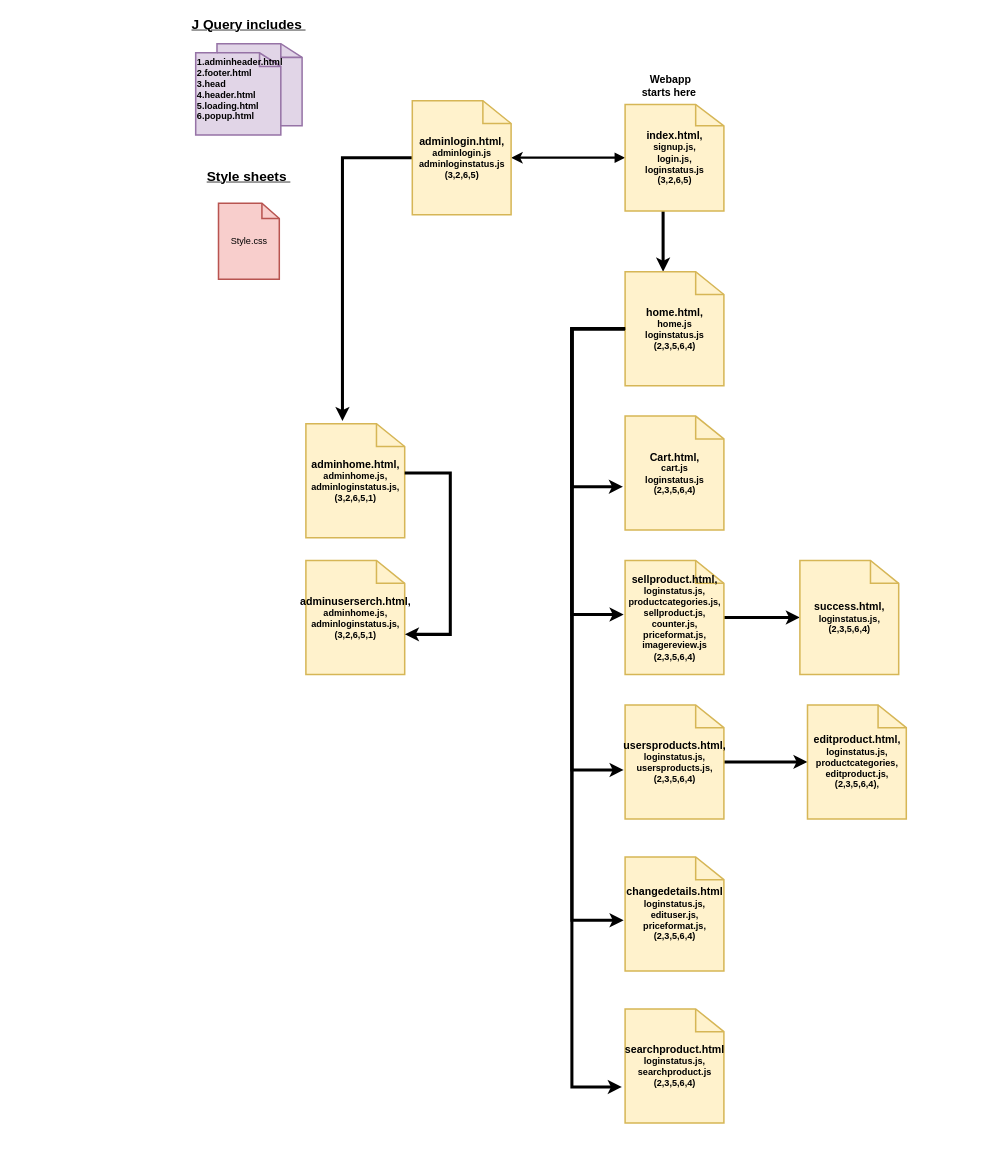
Earlier version of the draw.io diagram Structure dirgram/Web-Structure.drawio (LilieStead/Grimsby-and-Clee-Sells). Source tidied: cells renumbered, new cells numbered last; positions are measured from the earlier drawing's top-left corner, leaving out a move shared by most shapes. Both pictures are drawn from the tidied source at 76%, with x=0, y=0 at pixel (184, 13).
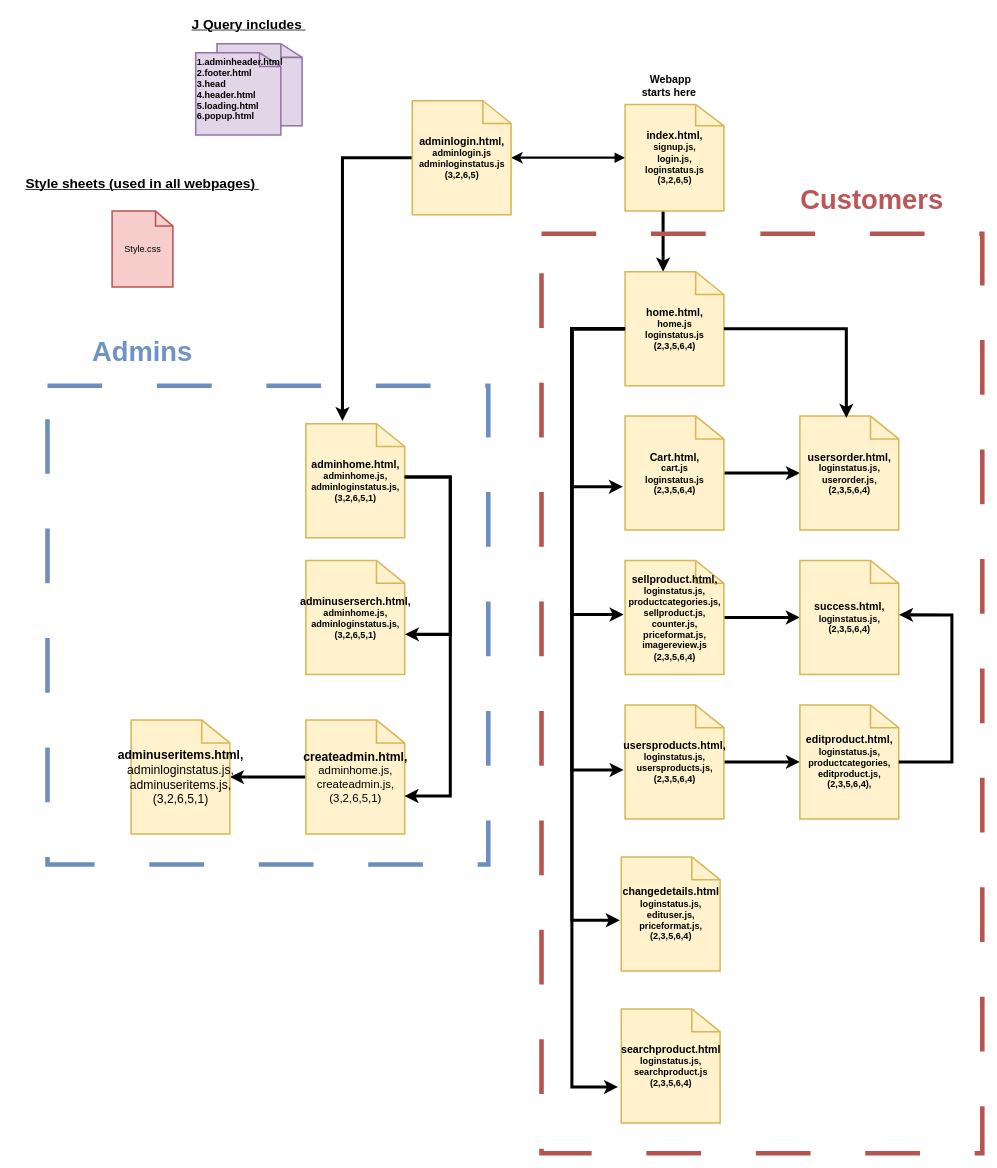
The same page after the edit.

The change refers to these unchanged cells:
```xml
<mxCell id="13" value="&lt;b style=&quot;&quot;&gt;&lt;font style=&quot;font-size: 14px;&quot;&gt;home.html&lt;/font&gt;&lt;span style=&quot;font-size: 14px;&quot;&gt;,&lt;/span&gt;&lt;br&gt;&lt;span style=&quot;&quot;&gt;home.js&lt;/span&gt;&lt;br&gt;&lt;span style=&quot;&quot;&gt;loginstatus.js&lt;/span&gt;&lt;br&gt;&lt;span style=&quot;&quot;&gt;(2,3,5,6,4)&lt;/span&gt;&lt;br&gt;&lt;/b&gt;" style="html=1;verticalLabelPosition=middle;align=center;labelBackgroundColor=none;verticalAlign=middle;strokeWidth=2;strokeColor=#d6b656;shadow=0;dashed=0;shape=mxgraph.ios7.icons.document;fillColor=#fff2cc;labelPosition=center;" parent="1" vertex="1">
  <mxGeometry x="580" y="340" width="130" height="150" as="geometry" />
</mxCell>
<mxCell id="14" value="&lt;b&gt;&lt;font style=&quot;font-size: 14px;&quot;&gt;Cart.html,&lt;/font&gt;&lt;br&gt;cart.js&lt;br&gt;&lt;/b&gt;&lt;b style=&quot;border-color: var(--border-color);&quot;&gt;loginstatus.js&lt;/b&gt;&lt;b&gt;&lt;br&gt;(2,3,5,6,4)&lt;br&gt;&lt;/b&gt;" style="html=1;verticalLabelPosition=middle;align=center;labelBackgroundColor=none;verticalAlign=middle;strokeWidth=2;strokeColor=#d6b656;shadow=0;dashed=0;shape=mxgraph.ios7.icons.document;fillColor=#fff2cc;labelPosition=center;" parent="1" vertex="1">
  <mxGeometry x="580" y="530" width="130" height="150" as="geometry" />
</mxCell>
<mxCell id="25" value="&lt;b&gt;&lt;font style=&quot;font-size: 14px;&quot;&gt;success.html,&lt;/font&gt;&lt;br&gt;loginstatus.js,&lt;br&gt;(2,3,5,6,4)&lt;/b&gt;" style="html=1;verticalLabelPosition=middle;align=center;labelBackgroundColor=none;verticalAlign=middle;strokeWidth=2;strokeColor=#d6b656;shadow=0;dashed=0;shape=mxgraph.ios7.icons.document;fillColor=#fff2cc;labelPosition=center;" parent="1" vertex="1">
  <mxGeometry x="810" y="720" width="130" height="150" as="geometry" />
</mxCell>
```

Change to the diagram source:
```diff
@@
-    <mxCell id="7" value="&lt;font style=&quot;font-size: 18px;&quot;&gt;&lt;b&gt;Style sheets&amp;nbsp;&lt;/b&gt;&lt;/font&gt;" style="text;html=1;strokeColor=none;fillColor=none;align=center;verticalAlign=middle;whiteSpace=wrap;rounded=0;fontStyle=4;" parent="1" vertex="1">
-      <mxGeometry x="5" y="200" width="160" height="30" as="geometry" />
+    <mxCell id="7" value="&lt;font style=&quot;font-size: 18px;&quot;&gt;&lt;b&gt;Style sheets (used in all webpages)&amp;nbsp;&lt;/b&gt;&lt;/font&gt;" style="text;html=1;strokeColor=none;fillColor=none;align=center;verticalAlign=middle;whiteSpace=wrap;rounded=0;fontStyle=4;" parent="1" vertex="1">
+      <mxGeometry x="-225" y="210" width="340" height="30" as="geometry" />
     </mxCell>
@@
     <mxCell id="10" value="Style.css" style="html=1;verticalLabelPosition=middle;align=center;labelBackgroundColor=none;verticalAlign=middle;strokeWidth=2;strokeColor=#b85450;shadow=0;dashed=0;shape=mxgraph.ios7.icons.document;labelPosition=center;fillColor=#f8cecc;" parent="1" vertex="1">
-      <mxGeometry x="45" y="250" width="80" height="100" as="geometry" />
+      <mxGeometry x="-95" y="260" width="80" height="100" as="geometry" />
     </mxCell>
@@
+    <mxCell id="30" style="edgeStyle=orthogonalEdgeStyle;shape=connector;rounded=0;jettySize=auto;html=1;labelBackgroundColor=default;strokeColor=default;strokeWidth=4;align=center;verticalAlign=middle;fontFamily=Helvetica;fontSize=11;fontColor=default;endArrow=classic;" parent="1" edge="1" source="14" target="34">
+      <mxGeometry relative="1" as="geometry" />
+    </mxCell>
@@
     <mxCell id="21" value="&lt;div&gt;&lt;b&gt;&lt;font style=&quot;font-size: 14px;&quot;&gt;changedetails.html&lt;/font&gt;&lt;/b&gt;&lt;/div&gt;&lt;div&gt;&lt;b&gt;loginstatus.js,&lt;br&gt;&lt;/b&gt;&lt;/div&gt;&lt;div&gt;&lt;b&gt;edituser.js,&lt;br&gt;&lt;/b&gt;&lt;/div&gt;&lt;div&gt;&lt;b&gt;priceformat.js,&lt;br&gt;&lt;/b&gt;&lt;/div&gt;&lt;div&gt;&lt;b style=&quot;border-color: var(--border-color);&quot;&gt;(2,3,5,6,4)&lt;/b&gt;&lt;br&gt;&lt;/div&gt;" style="html=1;verticalLabelPosition=middle;align=center;labelBackgroundColor=none;verticalAlign=middle;strokeWidth=2;strokeColor=#d6b656;shadow=0;dashed=0;shape=mxgraph.ios7.icons.document;fillColor=#fff2cc;labelPosition=center;" parent="1" vertex="1">
-      <mxGeometry x="580" y="1110" width="130" height="150" as="geometry" />
+      <mxGeometry x="575" y="1110" width="130" height="150" as="geometry" />
     </mxCell>
@@
     <mxCell id="23" value="&lt;b&gt;&lt;font style=&quot;font-size: 14px;&quot;&gt;searchproduct.html&lt;/font&gt;&lt;br&gt;&lt;/b&gt;&lt;div&gt;&lt;b&gt;loginstatus.js,&lt;br&gt;&lt;/b&gt;&lt;/div&gt;&lt;div&gt;&lt;b&gt;searchproduct.js&lt;/b&gt;&lt;br&gt;&lt;/div&gt;&lt;div&gt;&lt;b style=&quot;border-color: var(--border-color);&quot;&gt;(2,3,5,6,4)&lt;/b&gt;&lt;br&gt;&lt;/div&gt;" style="html=1;verticalLabelPosition=middle;align=center;labelBackgroundColor=none;verticalAlign=middle;strokeWidth=2;strokeColor=#d6b656;shadow=0;dashed=0;shape=mxgraph.ios7.icons.document;fillColor=#fff2cc;labelPosition=center;" parent="1" vertex="1">
-      <mxGeometry x="580" y="1310" width="130" height="150" as="geometry" />
+      <mxGeometry x="575" y="1310" width="130" height="150" as="geometry" />
     </mxCell>
@@
     <mxCell id="26" value="&lt;b&gt;&lt;font style=&quot;font-size: 14px;&quot;&gt;editproduct.html,&lt;/font&gt;&lt;br&gt;loginstatus.js,&lt;br&gt;productcategories,&lt;br&gt;editproduct.js,&lt;br&gt;(2,3,5,6,4),&lt;/b&gt;" style="html=1;verticalLabelPosition=middle;align=center;labelBackgroundColor=none;verticalAlign=middle;strokeWidth=2;strokeColor=#d6b656;shadow=0;dashed=0;shape=mxgraph.ios7.icons.document;fillColor=#fff2cc;labelPosition=center;" parent="1" vertex="1">
-      <mxGeometry x="820" y="910" width="130" height="150" as="geometry" />
+      <mxGeometry x="810" y="910" width="130" height="150" as="geometry" />
     </mxCell>
-    <mxCell id="27" value="&lt;b&gt;&lt;span style=&quot;font-size: 14px;&quot;&gt;adminhome.html,&lt;/span&gt;&lt;br&gt;adminhome.js,&lt;br&gt;adminloginstatus.js,&lt;br&gt;(3,2,6,5,1)&lt;/b&gt;" style="html=1;verticalLabelPosition=middle;align=center;labelBackgroundColor=none;verticalAlign=middle;strokeWidth=2;strokeColor=#d6b656;shadow=0;dashed=0;shape=mxgraph.ios7.icons.document;fillColor=#fff2cc;labelPosition=center;" parent="1" vertex="1">
+    <mxCell id="27" value="&lt;b&gt;&lt;font style=&quot;font-size: 14px;&quot;&gt;adminhome.html&lt;/font&gt;&lt;span style=&quot;font-size: 14px;&quot;&gt;,&lt;/span&gt;&lt;br&gt;adminhome.js,&lt;br&gt;adminloginstatus.js,&lt;br&gt;(3,2,6,5,1)&lt;/b&gt;" style="html=1;verticalLabelPosition=middle;align=center;labelBackgroundColor=none;verticalAlign=middle;strokeWidth=2;strokeColor=#d6b656;shadow=0;dashed=0;shape=mxgraph.ios7.icons.document;fillColor=#fff2cc;labelPosition=center;" parent="1" vertex="1">
       <mxGeometry x="160" y="540" width="130" height="150" as="geometry" />
     </mxCell>
-    <mxCell id="28" value="&lt;b&gt;&lt;span style=&quot;font-size: 14px;&quot;&gt;adminuserserch.html,&lt;/span&gt;&lt;br&gt;adminhome.js,&lt;br&gt;adminloginstatus.js,&lt;br&gt;(3,2,6,5,1)&lt;/b&gt;" style="html=1;verticalLabelPosition=middle;align=center;labelBackgroundColor=none;verticalAlign=middle;strokeWidth=2;strokeColor=#d6b656;shadow=0;dashed=0;shape=mxgraph.ios7.icons.document;fillColor=#fff2cc;labelPosition=center;" parent="1" vertex="1">
+    <mxCell id="28" value="&lt;b&gt;&lt;font style=&quot;font-size: 14px;&quot;&gt;adminuserserch.html&lt;/font&gt;&lt;span style=&quot;font-size: 14px;&quot;&gt;,&lt;/span&gt;&lt;br&gt;adminhome.js,&lt;br&gt;adminloginstatus.js,&lt;br&gt;(3,2,6,5,1)&lt;/b&gt;" style="html=1;verticalLabelPosition=middle;align=center;labelBackgroundColor=none;verticalAlign=middle;strokeWidth=2;strokeColor=#d6b656;shadow=0;dashed=0;shape=mxgraph.ios7.icons.document;fillColor=#fff2cc;labelPosition=center;" parent="1" vertex="1">
       <mxGeometry x="160" y="720" width="130" height="150" as="geometry" />
     </mxCell>
     <mxCell id="29" style="edgeStyle=orthogonalEdgeStyle;shape=connector;rounded=0;jettySize=auto;html=1;entryX=1.002;entryY=0.648;entryDx=0;entryDy=0;entryPerimeter=0;labelBackgroundColor=default;strokeColor=default;strokeWidth=4;align=center;verticalAlign=middle;fontFamily=Helvetica;fontSize=11;fontColor=default;endArrow=classic;" parent="1" edge="1" source="27" target="28">
       <mxGeometry relative="1" as="geometry">
         <Array as="points">
-          <mxPoint x="350" y="605" />
+          <mxPoint x="350" y="610" />
           <mxPoint x="350" y="817" />
         </Array>
       </mxGeometry>
     </mxCell>
+    <mxCell id="31" style="edgeStyle=orthogonalEdgeStyle;shape=connector;rounded=0;jettySize=auto;html=1;labelBackgroundColor=default;strokeColor=default;strokeWidth=4;align=center;verticalAlign=middle;fontFamily=Helvetica;fontSize=11;fontColor=default;endArrow=classic;" parent="1" edge="1" source="32" target="37">
+      <mxGeometry relative="1" as="geometry" />
+    </mxCell>
+    <mxCell id="32" value="&lt;font style=&quot;font-size: 16px;&quot;&gt;&lt;font style=&quot;font-size: 16px;&quot;&gt;&lt;b style=&quot;&quot;&gt;createadmin&lt;/b&gt;&lt;/font&gt;&lt;font style=&quot;font-weight: bold; font-size: 16px;&quot;&gt;.html&lt;/font&gt;&lt;span style=&quot;font-weight: bold;&quot;&gt;,&lt;/span&gt;&lt;/font&gt;&lt;br&gt;&lt;span style=&quot;font-size: 15px;&quot;&gt;adminhome.js,&lt;/span&gt;&lt;br&gt;&lt;font style=&quot;&quot;&gt;&lt;font style=&quot;font-size: 15px;&quot;&gt;createadmin.js&lt;/font&gt;&lt;span style=&quot;font-size: 14px;&quot;&gt;,&lt;/span&gt;&lt;/font&gt;&lt;br&gt;&lt;span style=&quot;font-size: 15px;&quot;&gt;(3,2,6,5,1)&lt;/span&gt;" style="html=1;verticalLabelPosition=middle;align=center;labelBackgroundColor=none;verticalAlign=middle;strokeWidth=2;strokeColor=#d6b656;shadow=0;dashed=0;shape=mxgraph.ios7.icons.document;fillColor=#fff2cc;labelPosition=center;" parent="1" vertex="1">
+      <mxGeometry x="160" y="930" width="130" height="150" as="geometry" />
+    </mxCell>
+    <mxCell id="33" style="edgeStyle=orthogonalEdgeStyle;shape=connector;rounded=0;jettySize=auto;html=1;entryX=0.997;entryY=0.666;entryDx=0;entryDy=0;entryPerimeter=0;labelBackgroundColor=default;strokeColor=default;strokeWidth=4;align=center;verticalAlign=middle;fontFamily=Helvetica;fontSize=11;fontColor=default;endArrow=classic;" parent="1" edge="1" source="27" target="32">
+      <mxGeometry relative="1" as="geometry">
+        <Array as="points">
+          <mxPoint x="350" y="610" />
+          <mxPoint x="350" y="1030" />
+        </Array>
+      </mxGeometry>
+    </mxCell>
+    <mxCell id="34" value="&lt;b&gt;&lt;font style=&quot;font-size: 14px;&quot;&gt;usersorder.html,&lt;/font&gt;&lt;/b&gt;&lt;br&gt;&lt;b&gt;loginstatus.js,&lt;br&gt;userorder.js,&lt;/b&gt;&lt;br&gt;&lt;b style=&quot;border-color: var(--border-color);&quot;&gt;(2,3,5,6,4)&lt;/b&gt;" style="html=1;verticalLabelPosition=middle;align=center;labelBackgroundColor=none;verticalAlign=middle;strokeWidth=2;strokeColor=#d6b656;shadow=0;dashed=0;shape=mxgraph.ios7.icons.document;fillColor=#fff2cc;labelPosition=center;" parent="1" vertex="1">
+      <mxGeometry x="810" y="530" width="130" height="150" as="geometry" />
+    </mxCell>
+    <mxCell id="35" style="edgeStyle=orthogonalEdgeStyle;shape=connector;rounded=0;jettySize=auto;html=1;entryX=0.47;entryY=0.016;entryDx=0;entryDy=0;entryPerimeter=0;labelBackgroundColor=default;strokeColor=default;strokeWidth=4;align=center;verticalAlign=middle;fontFamily=Helvetica;fontSize=11;fontColor=default;endArrow=classic;" parent="1" edge="1" source="13" target="34">
+      <mxGeometry relative="1" as="geometry" />
+    </mxCell>
+    <mxCell id="36" style="edgeStyle=orthogonalEdgeStyle;shape=connector;rounded=0;jettySize=auto;html=1;entryX=1.003;entryY=0.477;entryDx=0;entryDy=0;entryPerimeter=0;labelBackgroundColor=default;strokeColor=default;strokeWidth=4;align=center;verticalAlign=middle;fontFamily=Helvetica;fontSize=11;fontColor=default;endArrow=classic;" parent="1" edge="1" source="26" target="25">
+      <mxGeometry relative="1" as="geometry">
+        <Array as="points">
+          <mxPoint x="1010" y="985" />
+          <mxPoint x="1010" y="791" />
+        </Array>
+      </mxGeometry>
+    </mxCell>
+    <mxCell id="37" value="&lt;font style=&quot;font-size: 16px;&quot;&gt;&lt;b&gt;adminuseritems.html&lt;/b&gt;&lt;span style=&quot;font-weight: bold;&quot;&gt;,&lt;/span&gt;&lt;/font&gt;&lt;br&gt;&lt;font style=&quot;font-size: 16px;&quot;&gt;adminloginstatus.js,&lt;br&gt;&lt;font style=&quot;font-size: 16px;&quot;&gt;&lt;font style=&quot;font-size: 16px;&quot;&gt;adminuseritems.js&lt;/font&gt;,&lt;/font&gt;&lt;br&gt;(3,2,6,5,1)&lt;/font&gt;" style="html=1;verticalLabelPosition=middle;align=center;labelBackgroundColor=none;verticalAlign=middle;strokeWidth=2;strokeColor=#d6b656;shadow=0;dashed=0;shape=mxgraph.ios7.icons.document;fillColor=#fff2cc;labelPosition=center;" parent="1" vertex="1">
+      <mxGeometry x="-70" y="930" width="130" height="150" as="geometry" />
+    </mxCell>
+    <mxCell id="38" style="rounded=0;whiteSpace=wrap;html=1;fontFamily=Helvetica;fontSize=11;labelBorderColor=none;fillColor=none;strokeWidth=6;strokeColor=#b85450;dashed=1;dashPattern=12 12;" parent="1" vertex="1">
+      <mxGeometry x="470" y="290" width="580" height="1210" as="geometry" />
+    </mxCell>
+    <mxCell id="39" style="rounded=0;whiteSpace=wrap;html=1;fontFamily=Helvetica;fontSize=11;labelBorderColor=none;fillColor=none;strokeWidth=6;strokeColor=#6c8ebf;dashed=1;dashPattern=12 12;" parent="1" vertex="1">
+      <mxGeometry x="-180" y="490" width="580" height="630" as="geometry" />
+    </mxCell>
+    <mxCell id="40" value="&lt;span style=&quot;font-size: 36px;&quot;&gt;&lt;font color=&quot;#bc5757&quot;&gt;&lt;b&gt;Customers&lt;/b&gt;&lt;/font&gt;&lt;/span&gt;" style="text;html=1;strokeColor=none;fillColor=none;align=center;verticalAlign=middle;whiteSpace=wrap;rounded=0;fontSize=11;fontFamily=Helvetica;fontColor=default;" parent="1" vertex="1">
+      <mxGeometry x="770" y="200" width="270" height="90" as="geometry" />
+    </mxCell>
+    <mxCell id="41" value="&lt;span style=&quot;font-size: 36px;&quot;&gt;&lt;b style=&quot;&quot;&gt;&lt;font color=&quot;#7094c2&quot;&gt;Admins&lt;/font&gt;&lt;/b&gt;&lt;/span&gt;" style="text;html=1;strokeColor=none;fillColor=none;align=center;verticalAlign=middle;whiteSpace=wrap;rounded=0;fontSize=11;fontFamily=Helvetica;fontColor=default;" parent="1" vertex="1">
+      <mxGeometry x="-190" y="400" width="270" height="90" as="geometry" />
+    </mxCell>
```
